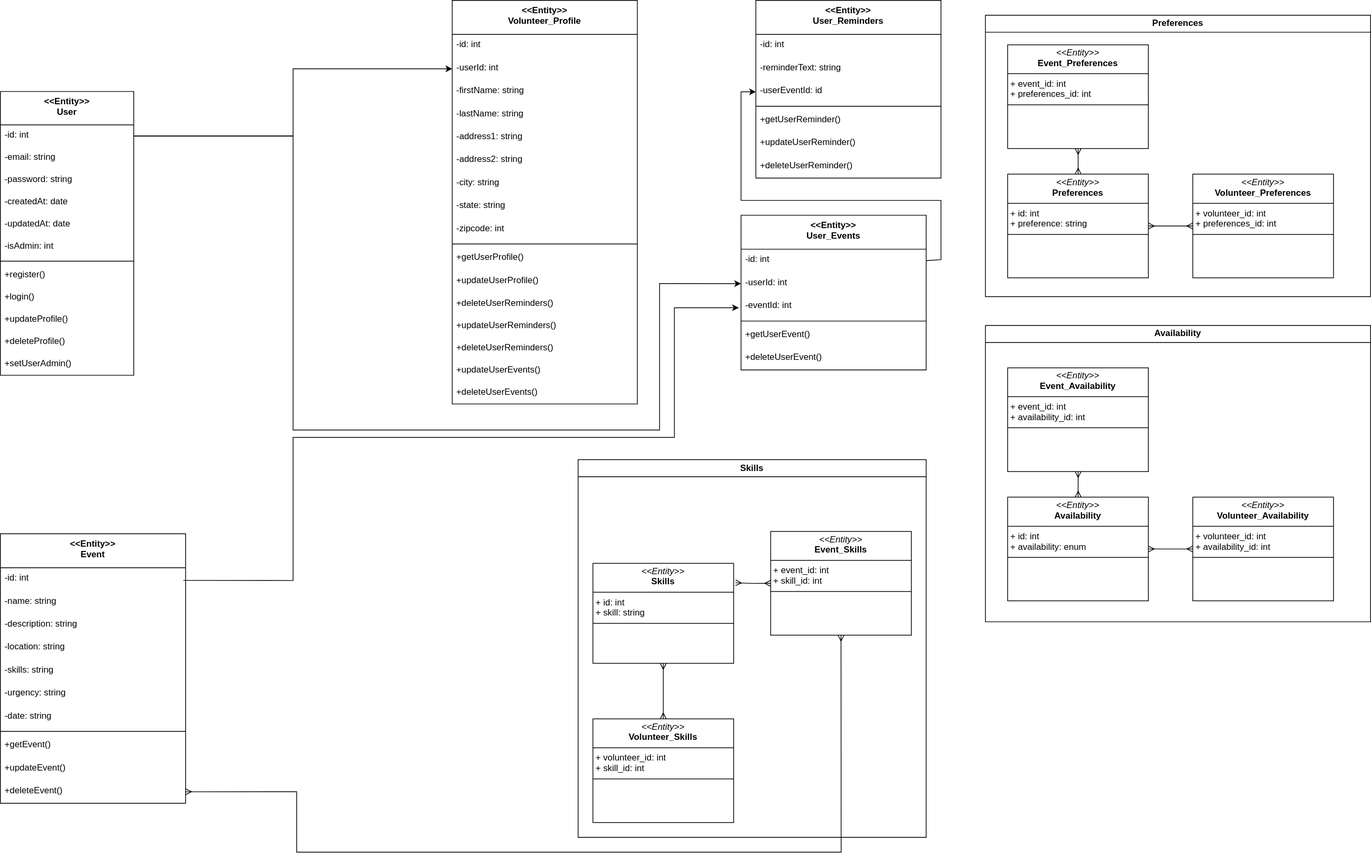
Earlier version of the draw.io export Database.drawio.svg (grapejuices/COSC4353-Group30). Source tidied: cells renumbered, new cells last; positions are measured from the earlier drawing's top-left corner, leaving out a move shared by most shapes.
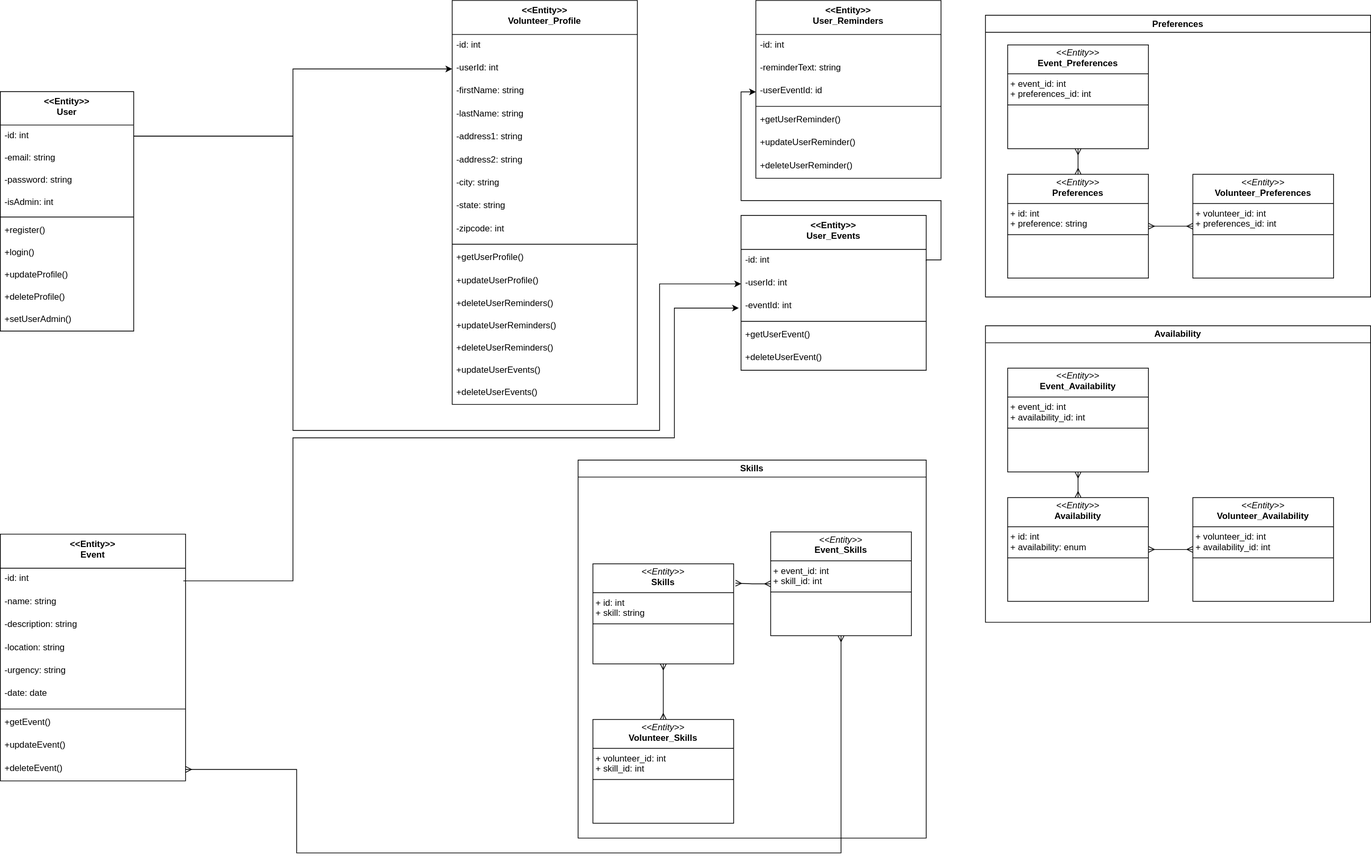
Later version of the same file.

The edit, as a diff of the source:
```diff
@@ -3,7 +3,7 @@
     <mxCell id="0" />
     <mxCell id="1" parent="0" />
     <mxCell id="2" value="&lt;&lt;Entity&gt;&gt;&#10;User" style="swimlane;fontStyle=1;align=center;verticalAlign=top;horizontal=1;startSize=45.12;" parent="1" vertex="1">
-      <mxGeometry y="123" width="180" height="383.1" as="geometry" />
+      <mxGeometry y="123" width="180" height="323.1" as="geometry" />
     </mxCell>
     <mxCell id="3" value="-id: int" style="text;strokeColor=none;fillColor=none;align=left;verticalAlign=top;spacingLeft=4;spacingRight=4;overflow=hidden;points=[[0,0.5],[1,0.5]];portConstraint=eastwest;" parent="2" vertex="1">
       <mxGeometry y="45.1" width="180" height="30" as="geometry" />
@@ -14,32 +14,26 @@
     <mxCell id="5" value="-password: string" style="text;strokeColor=none;fillColor=none;align=left;verticalAlign=top;spacingLeft=4;spacingRight=4;overflow=hidden;" parent="2" vertex="1">
       <mxGeometry y="105.1" width="180" height="30" as="geometry" />
     </mxCell>
-    <mxCell id="6" value="-createdAt: date" style="text;strokeColor=none;fillColor=none;align=left;verticalAlign=top;spacingLeft=4;spacingRight=4;overflow=hidden;" parent="2" vertex="1">
-      <mxGeometry y="135.1" width="180" height="30" as="geometry" />
-    </mxCell>
-    <mxCell id="7" value="-updatedAt: date" style="text;strokeColor=none;fillColor=none;align=left;verticalAlign=top;spacingLeft=4;spacingRight=4;overflow=hidden;" parent="2" vertex="1">
-      <mxGeometry y="165.1" width="180" height="30" as="geometry" />
-    </mxCell>
     <mxCell id="8" value="-isAdmin: int" style="text;strokeColor=none;fillColor=none;align=left;verticalAlign=top;spacingLeft=4;spacingRight=4;overflow=hidden;" parent="2" vertex="1">
-      <mxGeometry y="195.1" width="180" height="30" as="geometry" />
+      <mxGeometry y="135.1" width="180" height="30" as="geometry" />
     </mxCell>
     <mxCell id="9" style="line;strokeWidth=1;fillColor=none;align=left;verticalAlign=middle;spacingTop=-1;spacingLeft=3;spacingRight=3;labelPosition=right;strokeColor=inherit;" parent="2" vertex="1">
-      <mxGeometry y="225.1" width="180" height="8" as="geometry" />
+      <mxGeometry y="165.1" width="180" height="8" as="geometry" />
     </mxCell>
     <mxCell id="10" value="+register()" style="text;strokeColor=none;fillColor=none;align=left;verticalAlign=top;spacingLeft=4;spacingRight=4;overflow=hidden;" parent="2" vertex="1">
-      <mxGeometry y="233.1" width="180" height="30" as="geometry" />
+      <mxGeometry y="173.1" width="180" height="30" as="geometry" />
     </mxCell>
     <mxCell id="11" value="+login()" style="text;strokeColor=none;fillColor=none;align=left;verticalAlign=top;spacingLeft=4;spacingRight=4;overflow=hidden;" parent="2" vertex="1">
-      <mxGeometry y="263.1" width="180" height="30" as="geometry" />
+      <mxGeometry y="203.1" width="180" height="30" as="geometry" />
     </mxCell>
     <mxCell id="12" value="+updateProfile()" style="text;strokeColor=none;fillColor=none;align=left;verticalAlign=top;spacingLeft=4;spacingRight=4;overflow=hidden;" parent="2" vertex="1">
-      <mxGeometry y="293.1" width="180" height="30" as="geometry" />
+      <mxGeometry y="233.1" width="180" height="30" as="geometry" />
     </mxCell>
     <mxCell id="13" value="+deleteProfile()" style="text;strokeColor=none;fillColor=none;align=left;verticalAlign=top;spacingLeft=4;spacingRight=4;overflow=hidden;" parent="2" vertex="1">
-      <mxGeometry y="323.1" width="180" height="30" as="geometry" />
+      <mxGeometry y="263.1" width="180" height="30" as="geometry" />
     </mxCell>
     <mxCell id="14" value="+setUserAdmin()" style="text;strokeColor=none;fillColor=none;align=left;verticalAlign=top;spacingLeft=4;spacingRight=4;overflow=hidden;" parent="2" vertex="1">
-      <mxGeometry y="353.1" width="180" height="30" as="geometry" />
+      <mxGeometry y="293.1" width="180" height="30" as="geometry" />
     </mxCell>
     <mxCell id="15" value="&lt;&lt;Entity&gt;&gt;&#10;Volunteer_Profile" style="swimlane;fontStyle=1;align=center;verticalAlign=top;horizontal=1;startSize=45.913043478260875;" parent="1" vertex="1">
       <mxGeometry x="610" width="250" height="544.9" as="geometry" />
@@ -96,7 +90,7 @@
       <mxGeometry y="514.9" width="250" height="30" as="geometry" />
     </mxCell>
     <mxCell id="33" value="&lt;&lt;Entity&gt;&gt;&#10;Event" style="swimlane;fontStyle=1;align=center;verticalAlign=top;horizontal=1;startSize=45.913043478260875;" parent="1" vertex="1">
-      <mxGeometry y="720" width="250" height="363.9" as="geometry" />
+      <mxGeometry y="720" width="250" height="332.9" as="geometry" />
     </mxCell>
     <mxCell id="34" value="-id: int" style="text;strokeColor=none;fillColor=none;align=left;verticalAlign=top;spacingLeft=4;spacingRight=4;overflow=hidden;" parent="33" vertex="1">
       <mxGeometry y="45.9" width="250" height="31" as="geometry" />
@@ -110,26 +104,23 @@
     <mxCell id="37" value="-location: string" style="text;strokeColor=none;fillColor=none;align=left;verticalAlign=top;spacingLeft=4;spacingRight=4;overflow=hidden;" parent="33" vertex="1">
       <mxGeometry y="138.9" width="250" height="31" as="geometry" />
     </mxCell>
-    <mxCell id="38" value="-skills: string" style="text;strokeColor=none;fillColor=none;align=left;verticalAlign=top;spacingLeft=4;spacingRight=4;overflow=hidden;" parent="33" vertex="1">
-      <mxGeometry y="169.9" width="250" height="31" as="geometry" />
-    </mxCell>
     <mxCell id="39" value="-urgency: string" style="text;strokeColor=none;fillColor=none;align=left;verticalAlign=top;spacingLeft=4;spacingRight=4;overflow=hidden;" parent="33" vertex="1">
-      <mxGeometry y="200.9" width="250" height="31" as="geometry" />
+      <mxGeometry y="169.9" width="250" height="31" as="geometry" />
     </mxCell>
-    <mxCell id="40" value="-date: string" style="text;strokeColor=none;fillColor=none;align=left;verticalAlign=top;spacingLeft=4;spacingRight=4;overflow=hidden;" parent="33" vertex="1">
-      <mxGeometry y="231.9" width="250" height="31" as="geometry" />
+    <mxCell id="40" value="-date: date" style="text;strokeColor=none;fillColor=none;align=left;verticalAlign=top;spacingLeft=4;spacingRight=4;overflow=hidden;" parent="33" vertex="1">
+      <mxGeometry y="200.9" width="250" height="31" as="geometry" />
     </mxCell>
     <mxCell id="41" style="line;strokeWidth=1;fillColor=none;align=left;verticalAlign=middle;spacingTop=-1;spacingLeft=3;spacingRight=3;labelPosition=right;strokeColor=inherit;" parent="33" vertex="1">
-      <mxGeometry y="262.9" width="250" height="8" as="geometry" />
+      <mxGeometry y="231.9" width="250" height="8" as="geometry" />
     </mxCell>
     <mxCell id="42" value="+getEvent()" style="text;strokeColor=none;fillColor=none;align=left;verticalAlign=top;spacingLeft=4;spacingRight=4;overflow=hidden;" parent="33" vertex="1">
-      <mxGeometry y="270.9" width="250" height="31" as="geometry" />
+      <mxGeometry y="239.9" width="250" height="31" as="geometry" />
     </mxCell>
     <mxCell id="43" value="+updateEvent()" style="text;strokeColor=none;fillColor=none;align=left;verticalAlign=top;spacingLeft=4;spacingRight=4;overflow=hidden;" parent="33" vertex="1">
-      <mxGeometry y="301.9" width="250" height="31" as="geometry" />
+      <mxGeometry y="270.9" width="250" height="31" as="geometry" />
     </mxCell>
     <mxCell id="44" value="+deleteEvent()" style="text;strokeColor=none;fillColor=none;align=left;verticalAlign=top;spacingLeft=4;spacingRight=4;overflow=hidden;points=[[0,0.5],[1,0.5]];portConstraint=eastwest;" parent="33" vertex="1">
-      <mxGeometry y="332.9" width="250" height="31" as="geometry" />
+      <mxGeometry y="301.9" width="250" height="31" as="geometry" />
     </mxCell>
     <mxCell id="45" value="&lt;&lt;Entity&gt;&gt;&#10;User_Events" style="swimlane;fontStyle=1;align=center;verticalAlign=top;horizontal=1;startSize=45.913043478260875;" parent="1" vertex="1">
       <mxGeometry x="1000" y="290" width="250" height="208.9" as="geometry" />
@@ -215,7 +206,7 @@
     <mxCell id="64" style="edgeStyle=orthogonalEdgeStyle;rounded=0;jettySize=auto;html=1;exitX=1;exitY=0.5;exitDx=0;exitDy=0;startArrow=ERmany;startFill=0;endArrow=ERmany;endFill=0;entryX=0.5;entryY=1;entryDx=0;entryDy=0;" parent="1" edge="1" source="44" target="78">
       <mxGeometry relative="1" as="geometry">
         <Array as="points">
-          <mxPoint x="400" y="1068" />
+          <mxPoint x="400" y="1037" />
           <mxPoint x="400" y="1150" />
           <mxPoint x="1135" y="1150" />
         </Array>
```
